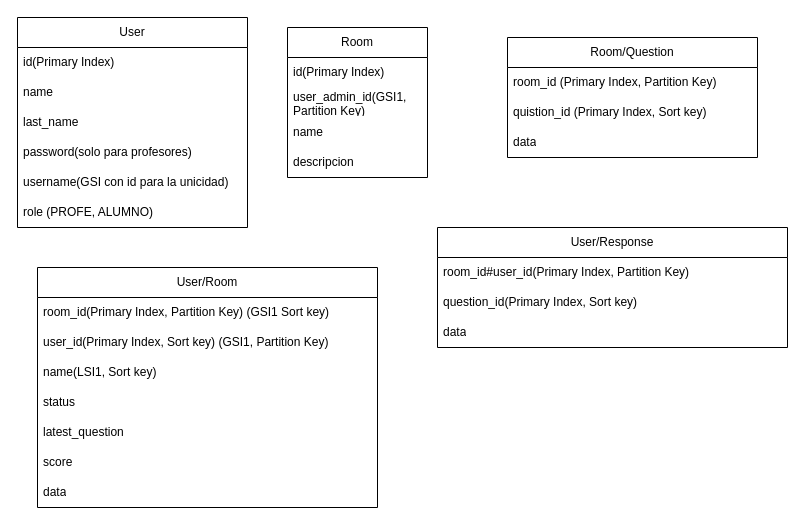
Before: page "Página-3" (4 of 4) of archivos_extras/ArquitecturaBack.drawio in jhimyj/Aula360, a draw.io diagram. Source tidied: cells renumbered, new cells numbered last; positions are measured from the earlier drawing's top-left corner, leaving out a move shared by most shapes. Both pictures are drawn from the tidied source at 100%, with x=0, y=0 at pixel (17, 17).
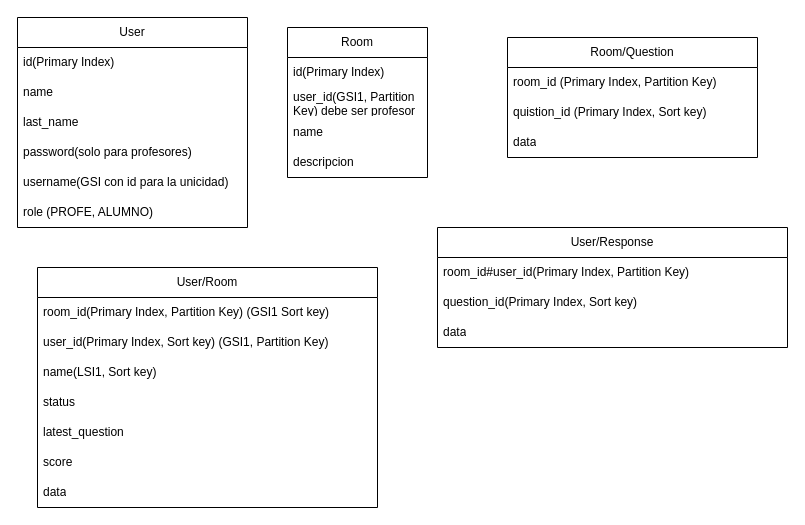
The same page after the edit.

Unchanged cells that the change refers to:
```xml
<mxCell id="9" value="Room" style="swimlane;fontStyle=0;horizontal=1;startSize=30;whiteSpace=wrap;html=1;" parent="1" vertex="1">
  <mxGeometry x="270" y="10" width="140" height="150" as="geometry" />
</mxCell>
```

Diff of the diagram source:
```diff
@@
-    <mxCell id="11" value="user_admin_id(GSI1, Partition Key)" style="text;strokeColor=none;fillColor=none;align=left;verticalAlign=middle;spacingLeft=4;spacingRight=4;overflow=hidden;whiteSpace=wrap;html=1;" parent="9" vertex="1">
+    <mxCell id="11" value="user_id(GSI1, Partition Key) debe ser profesor" style="text;strokeColor=none;fillColor=none;align=left;verticalAlign=middle;spacingLeft=4;spacingRight=4;overflow=hidden;whiteSpace=wrap;html=1;" parent="9" vertex="1">
       <mxGeometry y="60" width="140" height="30" as="geometry" />
     </mxCell>
```
